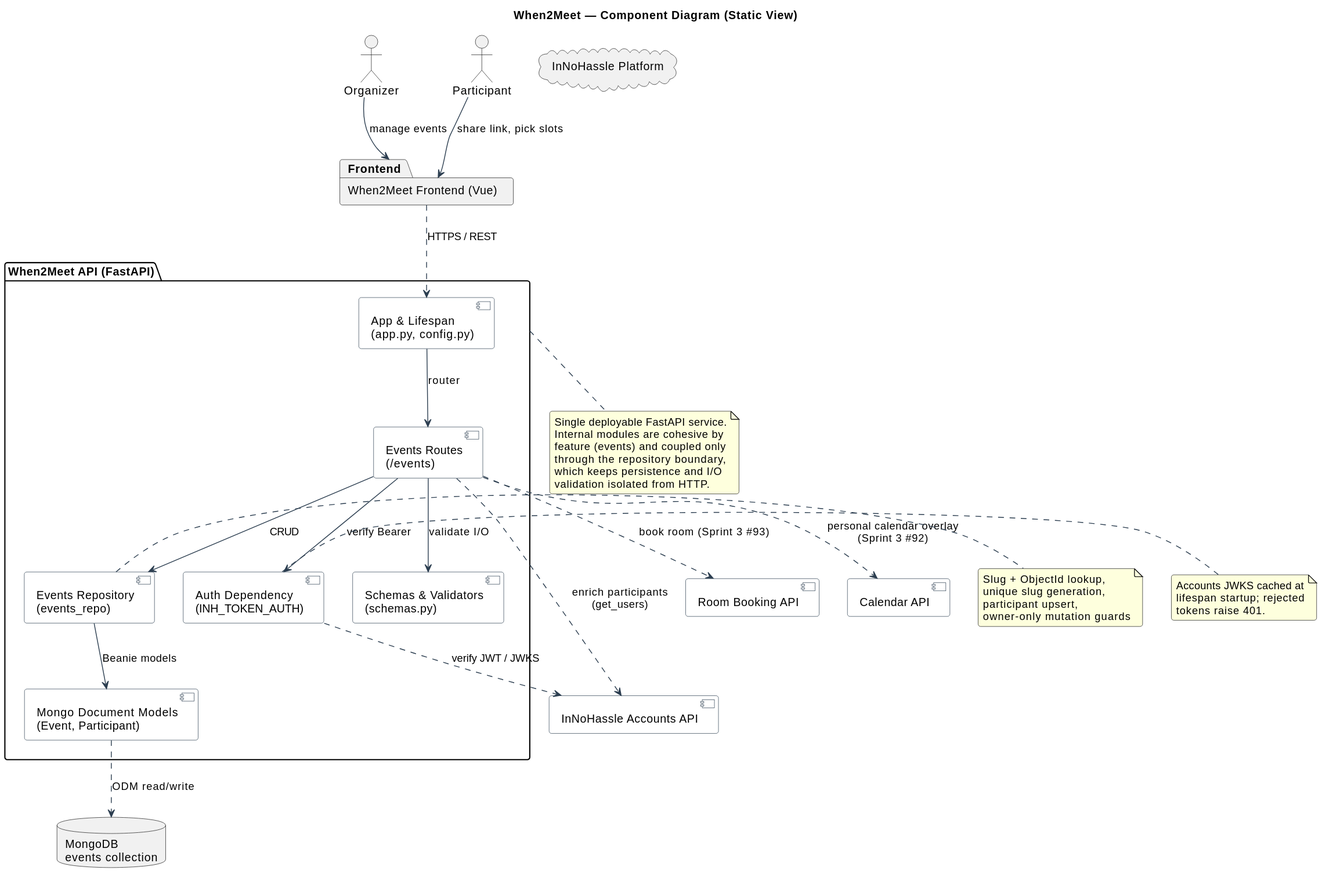
The PlantUML diagram src/when2meet/docs/architecture/static-view/component-diagram.svg in one-zero-eight/monorepo, before a commit.
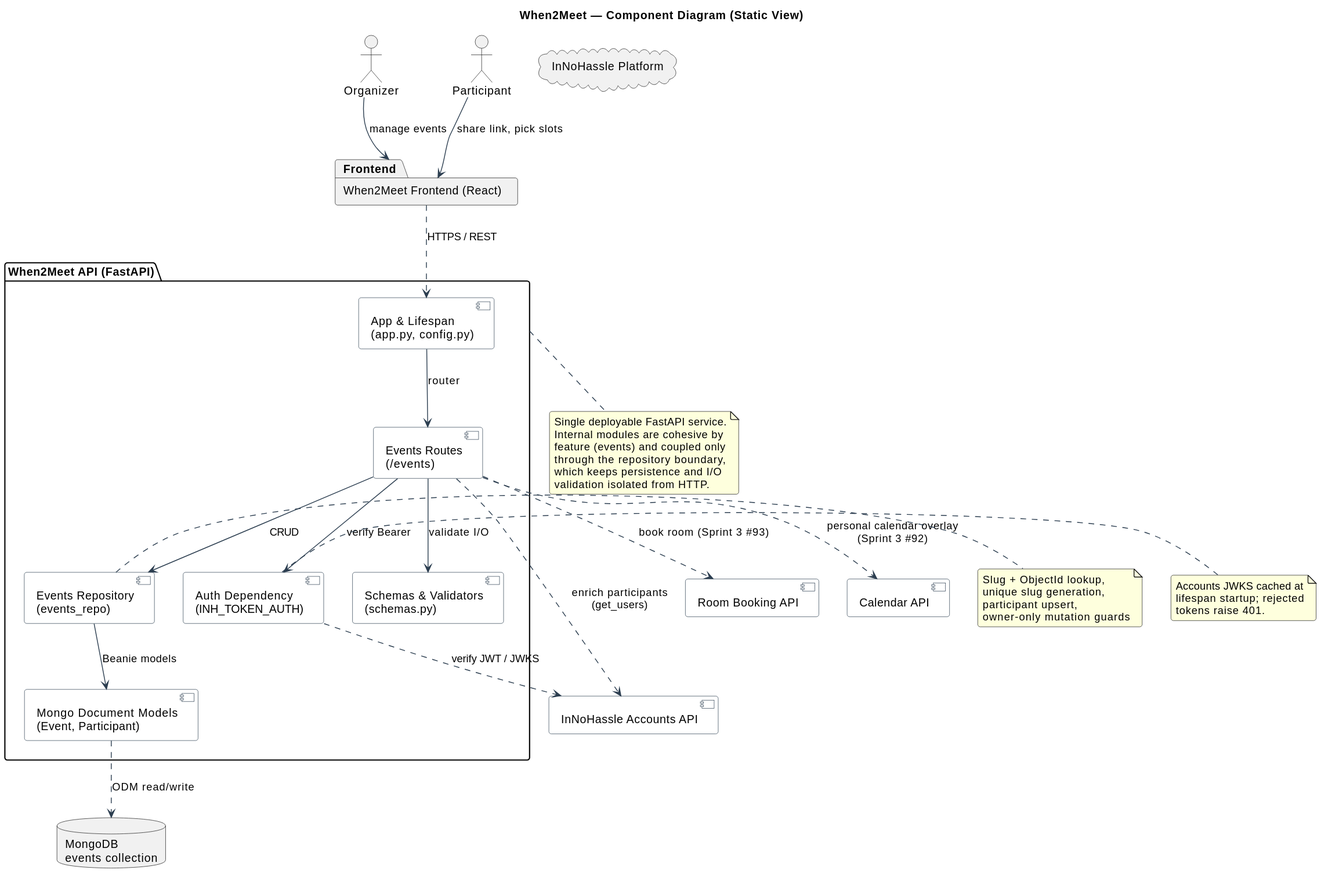
The same file after the commit.

Commit message:
docs(when2meet): correct frontend stack to React in architecture

The edit, as a diff of the source:
```diff
@@ -18,7 +18,7 @@
 actor "Organizer" as Organizer
 actor "Participant" as Participant
 
-package "When2Meet Frontend (Vue)" as Frontend {
+package "When2Meet Frontend (React)" as Frontend {
 }
 
 package "When2Meet API (FastAPI)" as API {
```
